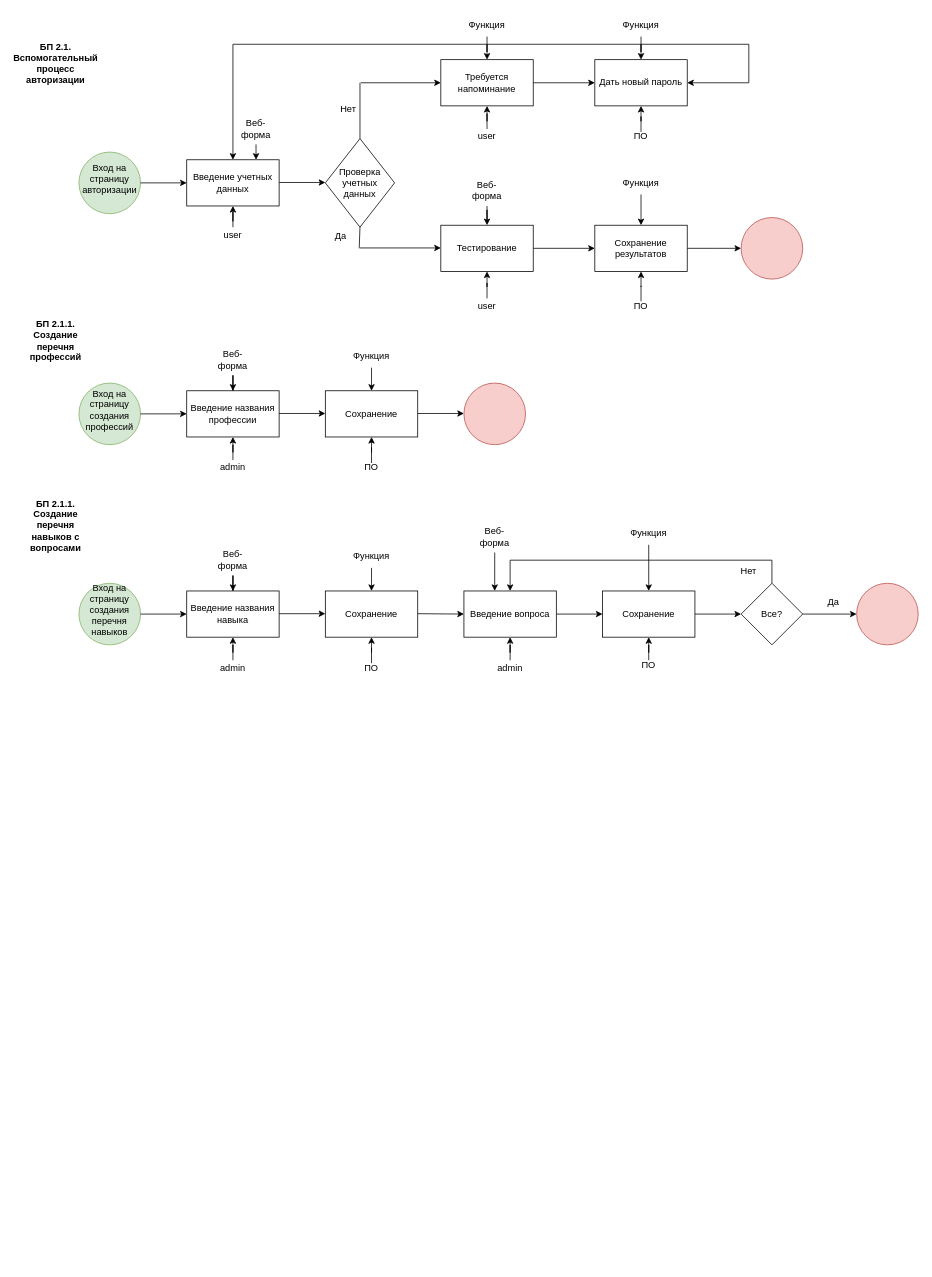
The draw.io diagram БП_admin.drawio in setusq/SPO234D6, before the edit. Source tidied: cells renumbered, new cells numbered last; positions are measured from the earlier drawing's top-left corner, leaving out a move shared by most shapes. Both pictures are drawn from the tidied source at 77%, with x=0, y=0 at pixel (25, 13).
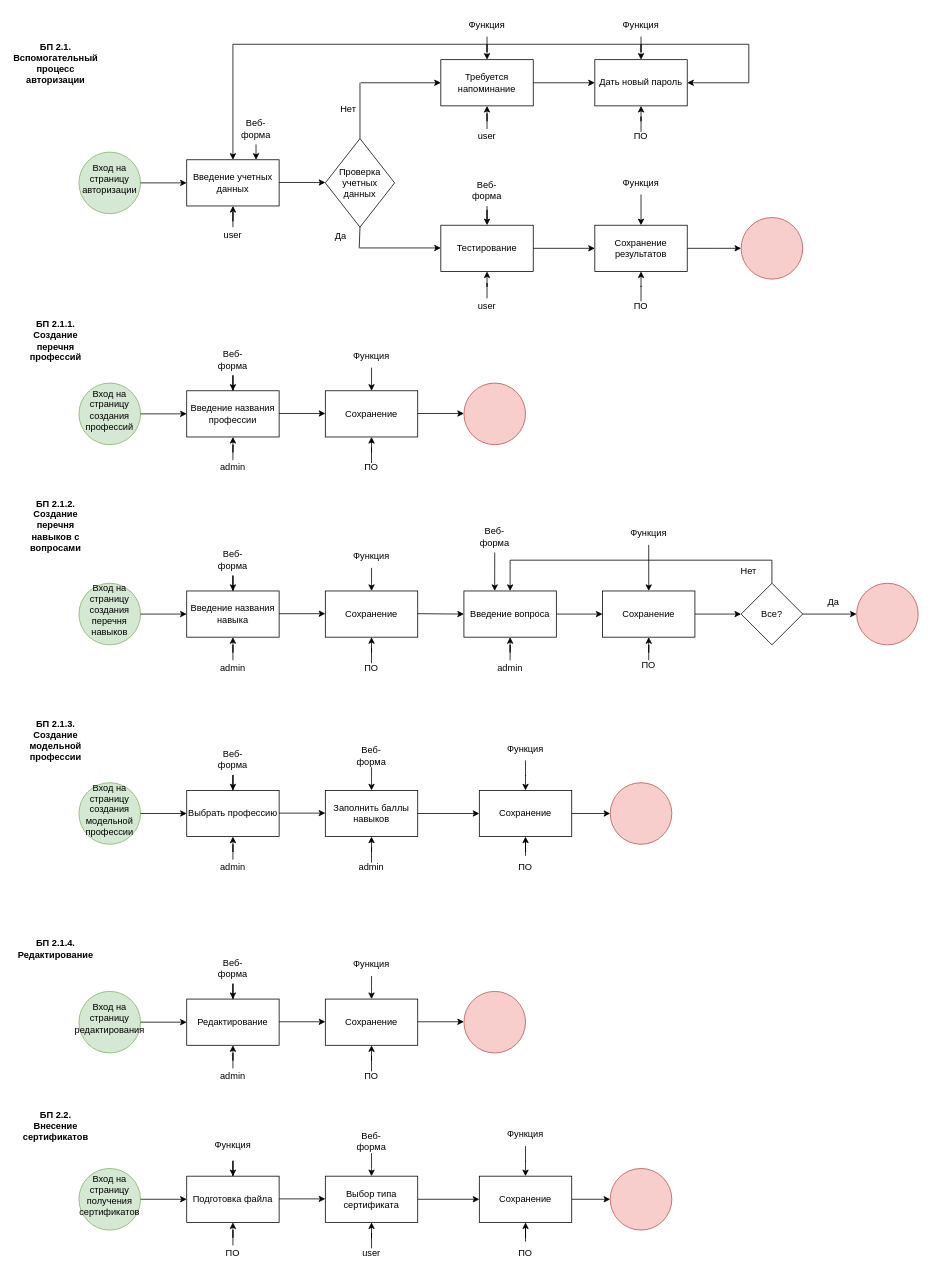
The same page after the edit.

Diff of the diagram source:
```diff
@@
-    <mxCell id="76" value="БП 2.1.1.&lt;br&gt;Создание перечня навыков с вопросами" style="text;html=1;strokeColor=none;fillColor=none;align=center;verticalAlign=middle;whiteSpace=wrap;rounded=0;fontStyle=1;" parent="1" vertex="1">
+    <mxCell id="76" value="БП 2.1.2.&lt;br&gt;Создание перечня навыков с вопросами" style="text;html=1;strokeColor=none;fillColor=none;align=center;verticalAlign=middle;whiteSpace=wrap;rounded=0;fontStyle=1;" parent="1" vertex="1">
       <mxGeometry x="10" y="650" width="60" height="30" as="geometry" />
     </mxCell>
@@
+    <mxCell id="118" value="БП 2.1.3.&lt;br&gt;Создание модельной профессии" style="text;html=1;strokeColor=none;fillColor=none;align=center;verticalAlign=middle;whiteSpace=wrap;rounded=0;fontStyle=1;" parent="1" vertex="1">
+      <mxGeometry x="10" y="929" width="60" height="30" as="geometry" />
+    </mxCell>
+    <mxCell id="119" style="edgeStyle=orthogonalEdgeStyle;rounded=0;jettySize=auto;html=1;entryX=0.5;entryY=1;entryDx=0;entryDy=0;" parent="1" edge="1" source="120" target="128">
+      <mxGeometry relative="1" as="geometry" />
+    </mxCell>
+    <mxCell id="120" value="admin" style="text;html=1;strokeColor=none;fillColor=none;align=center;verticalAlign=middle;whiteSpace=wrap;rounded=0;" parent="1" vertex="1">
+      <mxGeometry x="240" y="1099" width="60" height="20" as="geometry" />
+    </mxCell>
+    <mxCell id="121" value="admin" style="text;html=1;strokeColor=none;fillColor=none;align=center;verticalAlign=middle;whiteSpace=wrap;rounded=0;" parent="1" vertex="1">
+      <mxGeometry x="420" y="1102.8" width="60" height="12.5" as="geometry" />
+    </mxCell>
+    <mxCell id="122" style="edgeStyle=orthogonalEdgeStyle;rounded=0;jettySize=auto;html=1;entryX=0.5;entryY=1;entryDx=0;entryDy=0;" parent="1" edge="1" source="121" target="136">
+      <mxGeometry relative="1" as="geometry" />
+    </mxCell>
+    <mxCell id="123" style="edgeStyle=orthogonalEdgeStyle;rounded=0;jettySize=auto;html=1;entryX=0.5;entryY=0;entryDx=0;entryDy=0;" parent="1" edge="1" source="124" target="128">
+      <mxGeometry relative="1" as="geometry" />
+    </mxCell>
+    <mxCell id="124" value="Веб-форма" style="text;html=1;strokeColor=none;fillColor=none;align=center;verticalAlign=middle;whiteSpace=wrap;rounded=0;" parent="1" vertex="1">
+      <mxGeometry x="240" y="949" width="60" height="40" as="geometry" />
+    </mxCell>
+    <mxCell id="125" style="edgeStyle=orthogonalEdgeStyle;rounded=0;jettySize=auto;html=1;" parent="1" edge="1" source="126">
+      <mxGeometry relative="1" as="geometry">
+        <mxPoint x="450" y="1009" as="targetPoint" />
+      </mxGeometry>
+    </mxCell>
+    <mxCell id="126" value="Веб-форма" style="text;html=1;strokeColor=none;fillColor=none;align=center;verticalAlign=middle;whiteSpace=wrap;rounded=0;" parent="1" vertex="1">
+      <mxGeometry x="420" y="949" width="60" height="30" as="geometry" />
+    </mxCell>
+    <mxCell id="127" style="group;" parent="1" vertex="1">
+      <mxGeometry x="210" y="1009" width="120" height="60" as="geometry" />
+    </mxCell>
+    <mxCell id="128" style="rounded=0;whiteSpace=wrap;html=1;" parent="127" vertex="1">
+      <mxGeometry width="120" height="60" as="geometry" />
+    </mxCell>
+    <mxCell id="129" value="Выбрать профессию" style="text;html=1;strokeColor=none;fillColor=none;align=center;verticalAlign=middle;whiteSpace=wrap;rounded=0;" parent="127" vertex="1">
+      <mxGeometry y="15" width="120" height="30" as="geometry" />
+    </mxCell>
+    <mxCell id="130" style="group;" parent="1" vertex="1">
+      <mxGeometry x="70" y="999" width="80" height="80" as="geometry" />
+    </mxCell>
+    <mxCell id="131" style="ellipse;whiteSpace=wrap;html=1;horizontal=0;fillColor=#d5e8d4;strokeColor=#82b366;" parent="130" vertex="1">
+      <mxGeometry width="80" height="80" as="geometry" />
+    </mxCell>
+    <mxCell id="132" value="Вход на страницу создания модельной профессии" style="text;html=1;strokeColor=none;fillColor=none;align=center;verticalAlign=middle;whiteSpace=wrap;rounded=0;" parent="130" vertex="1">
+      <mxGeometry y="10" width="80" height="50" as="geometry" />
+    </mxCell>
+    <mxCell id="133" style="endArrow=classic;html=1;rounded=0;entryX=0;entryY=0.5;entryDx=0;entryDy=0;" parent="1" edge="1" target="129">
+      <mxGeometry relative="1" as="geometry">
+        <mxPoint x="150" y="1039" as="sourcePoint" />
+      </mxGeometry>
+    </mxCell>
+    <mxCell id="134" style="endArrow=classic;html=1;rounded=0;entryX=0;entryY=0.5;entryDx=0;entryDy=0;" parent="1" edge="1">
+      <mxGeometry relative="1" as="geometry">
+        <mxPoint x="330" y="1038.5" as="sourcePoint" />
+        <mxPoint x="390" y="1038.5" as="targetPoint" />
+      </mxGeometry>
+    </mxCell>
+    <mxCell id="135" style="ellipse;whiteSpace=wrap;html=1;horizontal=0;fillColor=#f8cecc;strokeColor=#b85450;" parent="1" vertex="1">
+      <mxGeometry x="760" y="999" width="80" height="80" as="geometry" />
+    </mxCell>
+    <mxCell id="136" style="rounded=0;whiteSpace=wrap;html=1;" parent="1" vertex="1">
+      <mxGeometry x="390" y="1009" width="120" height="60" as="geometry" />
+    </mxCell>
+    <mxCell id="137" style="edgeStyle=orthogonalEdgeStyle;rounded=0;jettySize=auto;html=1;" parent="1" edge="1" source="138" target="140">
+      <mxGeometry relative="1" as="geometry" />
+    </mxCell>
+    <mxCell id="138" value="Заполнить баллы навыков" style="text;html=1;strokeColor=none;fillColor=none;align=center;verticalAlign=middle;whiteSpace=wrap;rounded=0;" parent="1" vertex="1">
+      <mxGeometry x="390" y="1024" width="120" height="30" as="geometry" />
+    </mxCell>
+    <mxCell id="139" style="edgeStyle=orthogonalEdgeStyle;rounded=0;jettySize=auto;html=1;" parent="1" edge="1" source="140" target="135">
+      <mxGeometry relative="1" as="geometry" />
+    </mxCell>
+    <mxCell id="140" value="Сохранение" style="whiteSpace=wrap;html=1;" parent="1" vertex="1">
+      <mxGeometry x="590" y="1009" width="120" height="60" as="geometry" />
+    </mxCell>
+    <mxCell id="141" style="edgeStyle=orthogonalEdgeStyle;rounded=0;jettySize=auto;html=1;" parent="1" edge="1" source="142" target="140">
+      <mxGeometry relative="1" as="geometry" />
+    </mxCell>
+    <mxCell id="142" value="ПО" style="text;html=1;strokeColor=none;fillColor=none;align=center;verticalAlign=middle;whiteSpace=wrap;rounded=0;" parent="1" vertex="1">
+      <mxGeometry x="620" y="1094" width="60" height="30" as="geometry" />
+    </mxCell>
+    <mxCell id="143" style="edgeStyle=orthogonalEdgeStyle;rounded=0;jettySize=auto;html=1;" parent="1" edge="1" source="144" target="140">
+      <mxGeometry relative="1" as="geometry" />
+    </mxCell>
+    <mxCell id="144" value="Функция" style="text;html=1;strokeColor=none;fillColor=none;align=center;verticalAlign=middle;whiteSpace=wrap;rounded=0;" parent="1" vertex="1">
+      <mxGeometry x="620" y="940" width="60" height="30" as="geometry" />
+    </mxCell>
+    <mxCell id="145" style="group;" parent="1" vertex="1">
+      <mxGeometry y="1220" width="650" height="170" as="geometry" />
+    </mxCell>
+    <mxCell id="146" style="group;" parent="145" vertex="1">
+      <mxGeometry x="240" y="150" width="60" height="20" as="geometry" />
+    </mxCell>
+    <mxCell id="147" value="admin" style="text;html=1;strokeColor=none;fillColor=none;align=center;verticalAlign=middle;whiteSpace=wrap;rounded=0;" parent="146" vertex="1">
+      <mxGeometry width="60" height="20" as="geometry" />
+    </mxCell>
+    <mxCell id="148" style="group;" parent="145" vertex="1">
+      <mxGeometry width="650" height="166.2" as="geometry" />
+    </mxCell>
+    <mxCell id="149" style="group;" parent="148" vertex="1">
+      <mxGeometry width="650" height="130" as="geometry" />
+    </mxCell>
+    <mxCell id="150" style="group;" parent="149" vertex="1">
+      <mxGeometry x="70" y="50" width="580" height="80" as="geometry" />
+    </mxCell>
+    <mxCell id="151" style="group;" parent="150" vertex="1">
+      <mxGeometry x="140" y="10" width="120" height="60" as="geometry" />
+    </mxCell>
+    <mxCell id="152" style="rounded=0;whiteSpace=wrap;html=1;" parent="151" vertex="1">
+      <mxGeometry width="120" height="60" as="geometry" />
+    </mxCell>
+    <mxCell id="153" value="Редактирование" style="text;html=1;strokeColor=none;fillColor=none;align=center;verticalAlign=middle;whiteSpace=wrap;rounded=0;" parent="151" vertex="1">
+      <mxGeometry y="15" width="120" height="30" as="geometry" />
+    </mxCell>
+    <mxCell id="154" style="group;" parent="150" vertex="1">
+      <mxGeometry width="80" height="80" as="geometry" />
+    </mxCell>
+    <mxCell id="155" style="ellipse;whiteSpace=wrap;html=1;horizontal=0;fillColor=#d5e8d4;strokeColor=#82b366;" parent="154" vertex="1">
+      <mxGeometry width="80" height="80" as="geometry" />
+    </mxCell>
+    <mxCell id="156" value="Вход на страницу редактирования" style="text;html=1;strokeColor=none;fillColor=none;align=center;verticalAlign=middle;whiteSpace=wrap;rounded=0;" parent="154" vertex="1">
+      <mxGeometry y="10" width="80" height="50" as="geometry" />
+    </mxCell>
+    <mxCell id="157" style="endArrow=classic;html=1;rounded=0;entryX=0;entryY=0.5;entryDx=0;entryDy=0;" parent="150" edge="1" target="153">
+      <mxGeometry relative="1" as="geometry">
+        <mxPoint x="80" y="40" as="sourcePoint" />
+      </mxGeometry>
+    </mxCell>
+    <mxCell id="158" style="endArrow=classic;html=1;rounded=0;entryX=0;entryY=0.5;entryDx=0;entryDy=0;" parent="150" edge="1">
+      <mxGeometry relative="1" as="geometry">
+        <mxPoint x="260" y="39.5" as="sourcePoint" />
+        <mxPoint x="320" y="39.5" as="targetPoint" />
+      </mxGeometry>
+    </mxCell>
+    <mxCell id="159" style="endArrow=classic;html=1;rounded=0;entryX=0;entryY=0.5;entryDx=0;entryDy=0;" parent="150" edge="1">
+      <mxGeometry relative="1" as="geometry">
+        <mxPoint x="440" y="39.5" as="sourcePoint" />
+        <mxPoint x="500" y="39.5" as="targetPoint" />
+      </mxGeometry>
+    </mxCell>
+    <mxCell id="160" style="ellipse;whiteSpace=wrap;html=1;horizontal=0;fillColor=#f8cecc;strokeColor=#b85450;" parent="150" vertex="1">
+      <mxGeometry x="500" width="80" height="80" as="geometry" />
+    </mxCell>
+    <mxCell id="161" style="rounded=0;whiteSpace=wrap;html=1;" parent="150" vertex="1">
+      <mxGeometry x="320" y="10" width="120" height="60" as="geometry" />
+    </mxCell>
+    <mxCell id="162" value="Сохранение" style="text;html=1;strokeColor=none;fillColor=none;align=center;verticalAlign=middle;whiteSpace=wrap;rounded=0;" parent="150" vertex="1">
+      <mxGeometry x="320" y="25" width="120" height="30" as="geometry" />
+    </mxCell>
+    <mxCell id="163" style="edgeStyle=orthogonalEdgeStyle;rounded=0;jettySize=auto;html=1;entryX=0.5;entryY=0;entryDx=0;entryDy=0;" parent="149" edge="1" source="164" target="152">
+      <mxGeometry relative="1" as="geometry" />
+    </mxCell>
+    <mxCell id="164" value="Веб-форма" style="text;html=1;strokeColor=none;fillColor=none;align=center;verticalAlign=middle;whiteSpace=wrap;rounded=0;" parent="149" vertex="1">
+      <mxGeometry x="240" width="60" height="40" as="geometry" />
+    </mxCell>
+    <mxCell id="165" style="edgeStyle=orthogonalEdgeStyle;rounded=0;jettySize=auto;html=1;" parent="149" edge="1" source="166">
+      <mxGeometry relative="1" as="geometry">
+        <mxPoint x="450" y="60" as="targetPoint" />
+      </mxGeometry>
+    </mxCell>
+    <mxCell id="166" value="Функция" style="text;html=1;strokeColor=none;fillColor=none;align=center;verticalAlign=middle;whiteSpace=wrap;rounded=0;" parent="149" vertex="1">
+      <mxGeometry x="420" width="60" height="30" as="geometry" />
+    </mxCell>
+    <mxCell id="167" value="ПО" style="text;html=1;strokeColor=none;fillColor=none;align=center;verticalAlign=middle;whiteSpace=wrap;rounded=0;" parent="148" vertex="1">
+      <mxGeometry x="420" y="153.8" width="60" height="12.5" as="geometry" />
+    </mxCell>
+    <mxCell id="168" style="edgeStyle=orthogonalEdgeStyle;rounded=0;jettySize=auto;html=1;entryX=0.5;entryY=1;entryDx=0;entryDy=0;" parent="148" edge="1" source="167" target="161">
+      <mxGeometry relative="1" as="geometry" />
+    </mxCell>
+    <mxCell id="169" style="edgeStyle=orthogonalEdgeStyle;rounded=0;jettySize=auto;html=1;entryX=0.5;entryY=1;entryDx=0;entryDy=0;" parent="145" edge="1" source="147" target="152">
+      <mxGeometry relative="1" as="geometry" />
+    </mxCell>
+    <mxCell id="170" value="БП 2.1.4.&lt;br&gt;Редактирование" style="text;html=1;strokeColor=none;fillColor=none;align=center;verticalAlign=middle;whiteSpace=wrap;rounded=0;fontStyle=1;" parent="1" vertex="1">
+      <mxGeometry x="10" y="1200" width="60" height="30" as="geometry" />
+    </mxCell>
+    <mxCell id="171" value="БП 2.2.&lt;br&gt;Внесение сертификатов" style="text;html=1;strokeColor=none;fillColor=none;align=center;verticalAlign=middle;whiteSpace=wrap;rounded=0;fontStyle=1;" parent="1" vertex="1">
+      <mxGeometry x="10" y="1430" width="60" height="30" as="geometry" />
+    </mxCell>
+    <mxCell id="172" style="edgeStyle=orthogonalEdgeStyle;rounded=0;jettySize=auto;html=1;entryX=0.5;entryY=1;entryDx=0;entryDy=0;" parent="1" edge="1" source="173" target="181">
+      <mxGeometry relative="1" as="geometry" />
+    </mxCell>
+    <mxCell id="173" value="ПО" style="text;html=1;strokeColor=none;fillColor=none;align=center;verticalAlign=middle;whiteSpace=wrap;rounded=0;" parent="1" vertex="1">
+      <mxGeometry x="240" y="1600" width="60" height="20" as="geometry" />
+    </mxCell>
+    <mxCell id="174" value="user" style="text;html=1;strokeColor=none;fillColor=none;align=center;verticalAlign=middle;whiteSpace=wrap;rounded=0;" parent="1" vertex="1">
+      <mxGeometry x="420" y="1603.8" width="60" height="12.5" as="geometry" />
+    </mxCell>
+    <mxCell id="175" style="edgeStyle=orthogonalEdgeStyle;rounded=0;jettySize=auto;html=1;entryX=0.5;entryY=1;entryDx=0;entryDy=0;" parent="1" edge="1" source="174" target="189">
+      <mxGeometry relative="1" as="geometry" />
+    </mxCell>
+    <mxCell id="176" style="edgeStyle=orthogonalEdgeStyle;rounded=0;jettySize=auto;html=1;entryX=0.5;entryY=0;entryDx=0;entryDy=0;" parent="1" edge="1" source="177" target="181">
+      <mxGeometry relative="1" as="geometry" />
+    </mxCell>
+    <mxCell id="177" value="Функция" style="text;html=1;strokeColor=none;fillColor=none;align=center;verticalAlign=middle;whiteSpace=wrap;rounded=0;" parent="1" vertex="1">
+      <mxGeometry x="240" y="1450" width="60" height="40" as="geometry" />
+    </mxCell>
+    <mxCell id="178" style="edgeStyle=orthogonalEdgeStyle;rounded=0;jettySize=auto;html=1;" parent="1" edge="1" source="179">
+      <mxGeometry relative="1" as="geometry">
+        <mxPoint x="450" y="1510" as="targetPoint" />
+      </mxGeometry>
+    </mxCell>
+    <mxCell id="179" value="Веб-форма" style="text;html=1;strokeColor=none;fillColor=none;align=center;verticalAlign=middle;whiteSpace=wrap;rounded=0;" parent="1" vertex="1">
+      <mxGeometry x="420" y="1450" width="60" height="30" as="geometry" />
+    </mxCell>
+    <mxCell id="180" style="group;" parent="1" vertex="1">
+      <mxGeometry x="210" y="1510" width="120" height="60" as="geometry" />
+    </mxCell>
+    <mxCell id="181" style="rounded=0;whiteSpace=wrap;html=1;" parent="180" vertex="1">
+      <mxGeometry width="120" height="60" as="geometry" />
+    </mxCell>
+    <mxCell id="182" value="Подготовка файла" style="text;html=1;strokeColor=none;fillColor=none;align=center;verticalAlign=middle;whiteSpace=wrap;rounded=0;" parent="180" vertex="1">
+      <mxGeometry y="15" width="120" height="30" as="geometry" />
+    </mxCell>
+    <mxCell id="183" style="group;" parent="1" vertex="1">
+      <mxGeometry x="70" y="1500" width="80" height="80" as="geometry" />
+    </mxCell>
+    <mxCell id="184" style="ellipse;whiteSpace=wrap;html=1;horizontal=0;fillColor=#d5e8d4;strokeColor=#82b366;" parent="183" vertex="1">
+      <mxGeometry width="80" height="80" as="geometry" />
+    </mxCell>
+    <mxCell id="185" value="Вход на страницу получения сертификатов" style="text;html=1;strokeColor=none;fillColor=none;align=center;verticalAlign=middle;whiteSpace=wrap;rounded=0;" parent="183" vertex="1">
+      <mxGeometry y="10" width="80" height="50" as="geometry" />
+    </mxCell>
+    <mxCell id="186" style="endArrow=classic;html=1;rounded=0;entryX=0;entryY=0.5;entryDx=0;entryDy=0;" parent="1" edge="1" target="182">
+      <mxGeometry relative="1" as="geometry">
+        <mxPoint x="150" y="1540" as="sourcePoint" />
+      </mxGeometry>
+    </mxCell>
+    <mxCell id="187" style="endArrow=classic;html=1;rounded=0;entryX=0;entryY=0.5;entryDx=0;entryDy=0;" parent="1" edge="1">
+      <mxGeometry relative="1" as="geometry">
+        <mxPoint x="330" y="1539.5" as="sourcePoint" />
+        <mxPoint x="390" y="1539.5" as="targetPoint" />
+      </mxGeometry>
+    </mxCell>
+    <mxCell id="188" style="ellipse;whiteSpace=wrap;html=1;horizontal=0;fillColor=#f8cecc;strokeColor=#b85450;" parent="1" vertex="1">
+      <mxGeometry x="760" y="1500" width="80" height="80" as="geometry" />
+    </mxCell>
+    <mxCell id="189" style="rounded=0;whiteSpace=wrap;html=1;" parent="1" vertex="1">
+      <mxGeometry x="390" y="1510" width="120" height="60" as="geometry" />
+    </mxCell>
+    <mxCell id="190" style="edgeStyle=orthogonalEdgeStyle;rounded=0;jettySize=auto;html=1;" parent="1" edge="1" source="191" target="193">
+      <mxGeometry relative="1" as="geometry" />
+    </mxCell>
+    <mxCell id="191" value="Выбор типа сертификата" style="text;html=1;strokeColor=none;fillColor=none;align=center;verticalAlign=middle;whiteSpace=wrap;rounded=0;" parent="1" vertex="1">
+      <mxGeometry x="390" y="1525" width="120" height="30" as="geometry" />
+    </mxCell>
+    <mxCell id="192" style="edgeStyle=orthogonalEdgeStyle;rounded=0;jettySize=auto;html=1;" parent="1" edge="1" source="193" target="188">
+      <mxGeometry relative="1" as="geometry" />
+    </mxCell>
+    <mxCell id="193" value="Сохранение" style="whiteSpace=wrap;html=1;" parent="1" vertex="1">
+      <mxGeometry x="590" y="1510" width="120" height="60" as="geometry" />
+    </mxCell>
+    <mxCell id="194" style="edgeStyle=orthogonalEdgeStyle;rounded=0;jettySize=auto;html=1;" parent="1" edge="1" source="195" target="193">
+      <mxGeometry relative="1" as="geometry" />
+    </mxCell>
+    <mxCell id="195" value="ПО" style="text;html=1;strokeColor=none;fillColor=none;align=center;verticalAlign=middle;whiteSpace=wrap;rounded=0;" parent="1" vertex="1">
+      <mxGeometry x="620" y="1595" width="60" height="30" as="geometry" />
+    </mxCell>
+    <mxCell id="196" style="edgeStyle=orthogonalEdgeStyle;rounded=0;jettySize=auto;html=1;" parent="1" edge="1" source="197" target="193">
+      <mxGeometry relative="1" as="geometry" />
+    </mxCell>
+    <mxCell id="197" value="Функция" style="text;html=1;strokeColor=none;fillColor=none;align=center;verticalAlign=middle;whiteSpace=wrap;rounded=0;" parent="1" vertex="1">
+      <mxGeometry x="620" y="1441" width="60" height="30" as="geometry" />
+    </mxCell>
```
